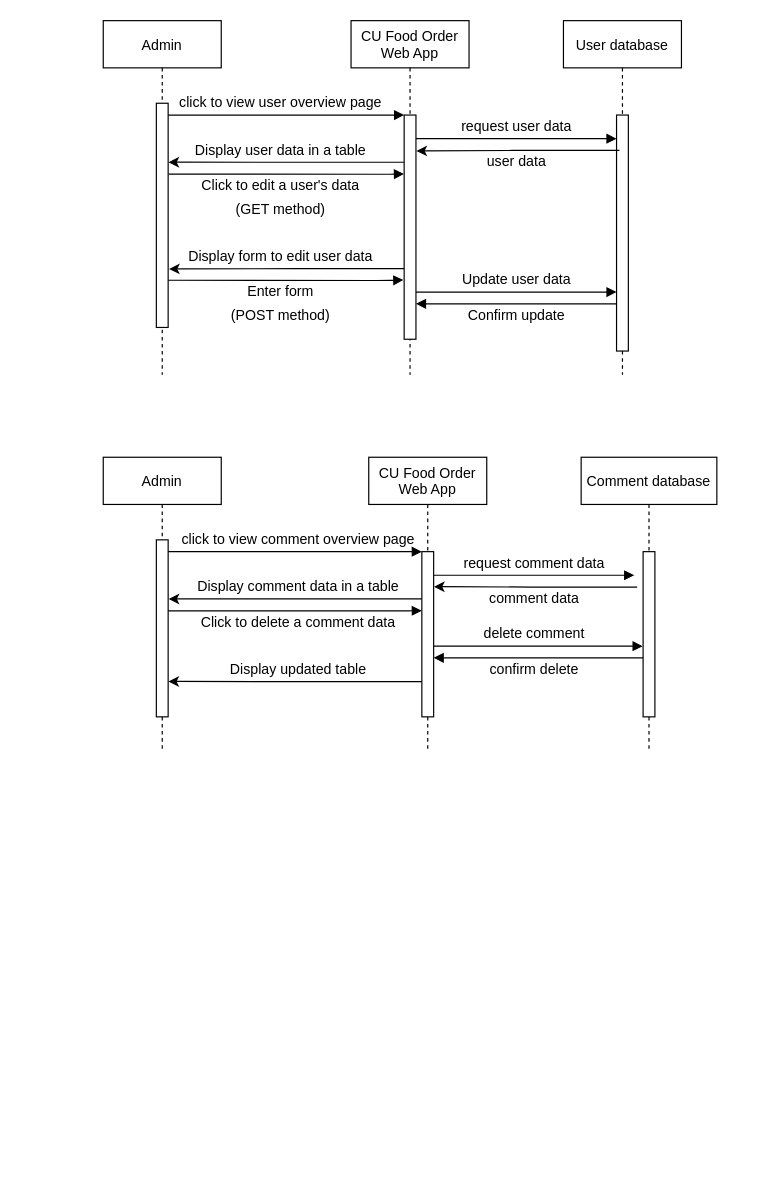
This is Admin_sequence.drawio from pond-nj/UML-csci3100, a draw.io file, before an edit. Source tidied: cells renumbered, new cells numbered last; positions are measured from the earlier drawing's top-left corner, leaving out a move shared by most shapes. Both pictures are drawn from the tidied source at 118%, with x=0, y=0 at pixel (103, 20).
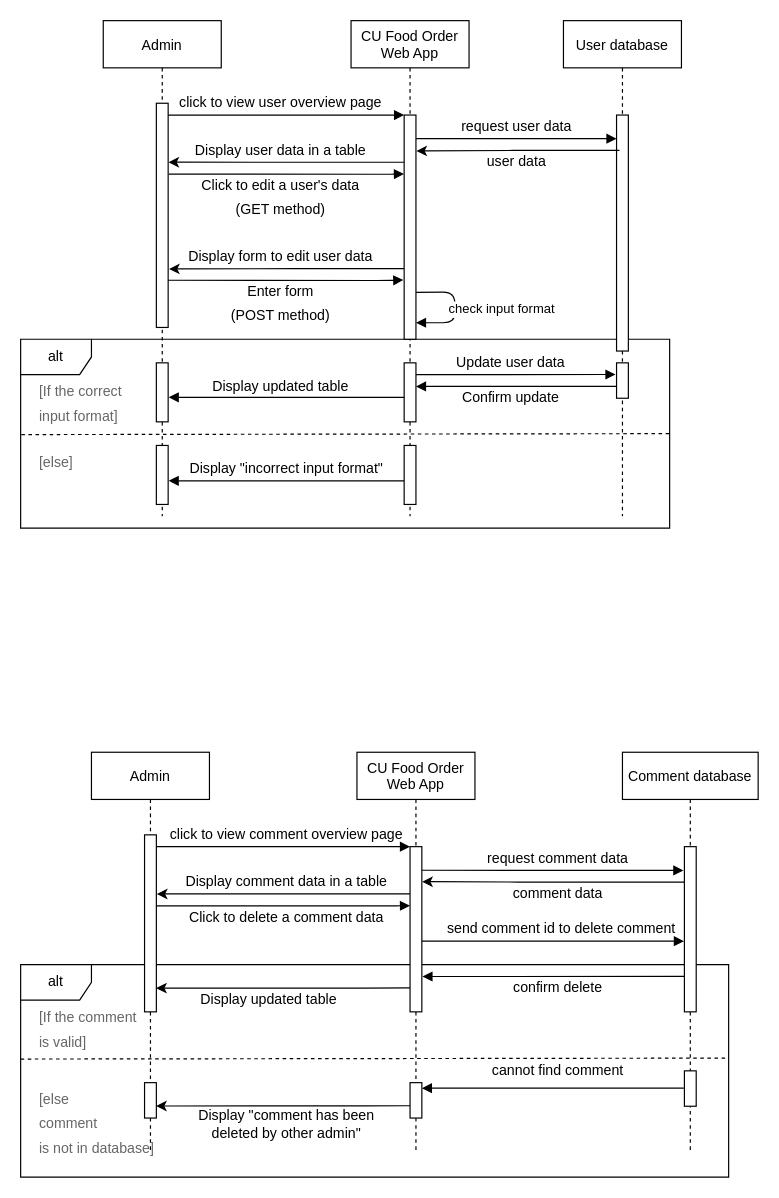
Above is the later version.

The change refers to these unchanged cells:
```xml
<mxCell id="10" style="points=[];perimeter=orthogonalPerimeter;rounded=0;shadow=0;strokeWidth=1;" parent="9" vertex="1">
  <mxGeometry x="45" y="80" width="10" height="190" as="geometry" />
</mxCell>
<mxCell id="32" style="points=[];perimeter=orthogonalPerimeter;rounded=0;shadow=0;strokeWidth=1;" parent="31" vertex="1">
  <mxGeometry x="45" y="70" width="10" height="150" as="geometry" />
</mxCell>
<mxCell id="34" style="points=[];perimeter=orthogonalPerimeter;rounded=0;shadow=0;strokeWidth=1;" parent="33" vertex="1">
  <mxGeometry x="45" y="80" width="10" height="140" as="geometry" />
</mxCell>
<mxCell id="38" style="points=[];perimeter=orthogonalPerimeter;rounded=0;shadow=0;strokeWidth=1;" parent="37" vertex="1">
  <mxGeometry x="52.5" y="80" width="10" height="140" as="geometry" />
</mxCell>
```

What changed in the source:
```diff
@@
-    <mxCell id="2" style="verticalAlign=bottom;endArrow=none;shadow=0;strokeWidth=1;startArrow=block;startFill=1;endFill=0;" parent="1" edge="1">
-      <mxGeometry relative="1" as="geometry">
-        <mxPoint x="280" y="540" as="sourcePoint" />
-        <mxPoint x="460" y="540" as="targetPoint" />
-      </mxGeometry>
-    </mxCell>
+    <mxCell id="50" value="alt" style="shape=umlFrame;whiteSpace=wrap;html=1;" parent="1" vertex="1">
+      <mxGeometry x="-70" y="270" width="550" height="160" as="geometry" />
+    </mxCell>
+    <mxCell id="41" style="endArrow=classic;html=1;rounded=0;entryX=1.029;entryY=0.212;entryDx=0;entryDy=0;entryPerimeter=0;" parent="1" edge="1" source="37" target="34">
+      <mxGeometry relative="1" as="geometry">
+        <Array as="points">
+          <mxPoint x="402.5" y="730" />
+          <mxPoint x="352.5" y="730" />
+        </Array>
+      </mxGeometry>
+    </mxCell>
+    <mxCell id="51" value="alt" style="shape=umlFrame;whiteSpace=wrap;html=1;" parent="1" vertex="1">
+      <mxGeometry x="-70" y="800" width="600" height="180" as="geometry" />
+    </mxCell>
     <mxCell id="3" style="verticalAlign=bottom;endArrow=block;shadow=0;strokeWidth=1;" parent="1" edge="1" source="31">
       <mxGeometry relative="1" as="geometry">
-        <mxPoint x="270" y="500" as="targetPoint" />
+        <mxPoint x="260" y="750" as="targetPoint" />
         <Array as="points">
-          <mxPoint x="255" y="500.2" />
+          <mxPoint x="245" y="750.2" />
         </Array>
       </mxGeometry>
     </mxCell>
     <mxCell id="4" style="endArrow=classic;html=1;rounded=0;entryX=1.046;entryY=0.334;entryDx=0;entryDy=0;entryPerimeter=0;" parent="1" edge="1" source="33" target="32">
       <mxGeometry relative="1" as="geometry">
         <Array as="points">
-          <mxPoint x="217.5" y="490" />
-          <mxPoint x="167.5" y="490" />
+          <mxPoint x="207.5" y="740" />
+          <mxPoint x="157.5" y="740" />
         </Array>
       </mxGeometry>
     </mxCell>
     <mxCell id="5" value="Admin" style="shape=umlLifeline;perimeter=lifelinePerimeter;rounded=0;shadow=0;strokeWidth=1;" parent="1" vertex="1">
-      <mxGeometry width="100" height="300" as="geometry" />
+      <mxGeometry width="100" height="420" as="geometry" />
     </mxCell>
@@
+    <mxCell id="52" style="points=[];perimeter=orthogonalPerimeter;rounded=0;shadow=0;strokeWidth=1;" parent="5" vertex="1">
+      <mxGeometry x="45" y="290" width="10" height="50" as="geometry" />
+    </mxCell>
+    <mxCell id="53" style="perimeter=orthogonalPerimeter;rounded=0;shadow=0;strokeWidth=1;" parent="5" vertex="1">
+      <mxGeometry x="45" y="360" width="10" height="50" as="geometry" />
+    </mxCell>
     <mxCell id="9" value="CU Food Order&#10;Web App" style="shape=umlLifeline;perimeter=lifelinePerimeter;rounded=0;shadow=0;strokeWidth=1;" parent="1" vertex="1">
-      <mxGeometry x="210" width="100" height="300" as="geometry" />
+      <mxGeometry x="210" width="100" height="420" as="geometry" />
     </mxCell>
@@
+    <mxCell id="54" style="points=[];perimeter=orthogonalPerimeter;rounded=0;shadow=0;strokeWidth=1;" parent="9" vertex="1">
+      <mxGeometry x="45" y="290" width="10" height="50" as="geometry" />
+    </mxCell>
+    <mxCell id="55" value="check input format" style="verticalAlign=bottom;endArrow=block;shadow=0;strokeWidth=1;exitX=1.005;exitY=0.582;exitDx=0;exitDy=0;exitPerimeter=0;" parent="9" edge="1">
+      <mxGeometry x="0.22" y="40" relative="1" as="geometry">
+        <mxPoint x="55.1" y="230.2" as="sourcePoint" />
+        <mxPoint x="55" y="256" as="targetPoint" />
+        <Array as="points">
+          <mxPoint x="88" y="230" />
+          <mxPoint x="88" y="256" />
+        </Array>
+      </mxGeometry>
+    </mxCell>
+    <mxCell id="56" style="verticalAlign=bottom;endArrow=none;shadow=0;strokeWidth=1;startArrow=block;startFill=1;endFill=0;exitX=1.042;exitY=0.585;exitDx=0;exitDy=0;exitPerimeter=0;" parent="9" edge="1">
+      <mxGeometry relative="1" as="geometry">
+        <mxPoint x="-154.6" y="390" as="sourcePoint" />
+        <mxPoint x="45" y="390" as="targetPoint" />
+      </mxGeometry>
+    </mxCell>
+    <mxCell id="57" style="perimeter=orthogonalPerimeter;rounded=0;shadow=0;strokeWidth=1;" parent="9" vertex="1">
+      <mxGeometry x="45" y="360" width="10" height="50" as="geometry" />
+    </mxCell>
@@
     <mxCell id="13" value="User database" style="shape=umlLifeline;perimeter=lifelinePerimeter;rounded=0;shadow=0;strokeWidth=1;" parent="1" vertex="1">
-      <mxGeometry x="390" width="100" height="300" as="geometry" />
+      <mxGeometry x="390" width="100" height="420" as="geometry" />
     </mxCell>
@@
-    <mxCell id="15" style="verticalAlign=bottom;endArrow=block;shadow=0;strokeWidth=1;" parent="13" edge="1" source="10">
-      <mxGeometry relative="1" as="geometry">
-        <mxPoint x="45" y="230" as="targetPoint" />
-      </mxGeometry>
-    </mxCell>
-    <mxCell id="16" style="verticalAlign=bottom;endArrow=none;entryX=0;entryY=0;shadow=0;strokeWidth=1;startArrow=block;startFill=1;endFill=0;" parent="13" edge="1">
-      <mxGeometry relative="1" as="geometry">
-        <mxPoint x="-125" y="240" as="sourcePoint" />
-        <mxPoint x="45" y="240" as="targetPoint" />
-      </mxGeometry>
-    </mxCell>
+    <mxCell id="58" style="points=[];perimeter=orthogonalPerimeter;rounded=0;shadow=0;strokeWidth=1;" parent="13" vertex="1">
+      <mxGeometry x="45" y="290" width="10" height="30" as="geometry" />
+    </mxCell>
@@
     <mxCell id="25" value="Update user data" style="text;html=1;align=center;verticalAlign=middle;strokeColor=none;fillColor=none;" parent="1" vertex="1">
-      <mxGeometry x="295" y="210" width="110" height="20" as="geometry" />
+      <mxGeometry x="290" y="280" width="110" height="20" as="geometry" />
     </mxCell>
     <mxCell id="26" value="Confirm update" style="text;html=1;align=center;verticalAlign=middle;strokeColor=none;fillColor=none;" parent="1" vertex="1">
-      <mxGeometry x="300" y="240" width="100" height="20" as="geometry" />
+      <mxGeometry x="295" y="310" width="100" height="20" as="geometry" />
     </mxCell>
@@
     <mxCell id="31" value="Admin" style="shape=umlLifeline;perimeter=lifelinePerimeter;rounded=0;shadow=0;strokeWidth=1;" parent="1" vertex="1">
-      <mxGeometry y="370" width="100" height="250" as="geometry" />
+      <mxGeometry x="-10" y="620" width="100" height="340" as="geometry" />
     </mxCell>
@@
+    <mxCell id="59" style="endArrow=none;dashed=1;html=1;rounded=0;fontSize=12;exitX=-0.001;exitY=0.664;exitDx=0;exitDy=0;exitPerimeter=0;entryX=0.998;entryY=0.44;entryDx=0;entryDy=0;entryPerimeter=0;" parent="31" edge="1" target="51">
+      <mxGeometry relative="1" as="geometry">
+        <mxPoint x="-60" y="260" as="sourcePoint" />
+      </mxGeometry>
+    </mxCell>
+    <mxCell id="60" style="perimeter=orthogonalPerimeter;rounded=0;shadow=0;strokeWidth=1;" parent="31" vertex="1">
+      <mxGeometry x="45" y="280" width="10" height="30" as="geometry" />
+    </mxCell>
     <mxCell id="33" value="CU Food Order&#10;Web App" style="shape=umlLifeline;perimeter=lifelinePerimeter;rounded=0;shadow=0;strokeWidth=1;" parent="1" vertex="1">
-      <mxGeometry x="225" y="370" width="100" height="250" as="geometry" />
+      <mxGeometry x="215" y="620" width="100" height="340" as="geometry" />
     </mxCell>
@@
-    <mxCell id="35" style="verticalAlign=bottom;endArrow=block;entryX=0;entryY=0;shadow=0;strokeWidth=1;" parent="33" edge="1">
+    <mxCell id="35" style="verticalAlign=bottom;endArrow=block;shadow=0;strokeWidth=1;entryX=-0.083;entryY=0.144;entryDx=0;entryDy=0;entryPerimeter=0;" parent="33" edge="1" target="38">
       <mxGeometry relative="1" as="geometry">
         <mxPoint x="55" y="100" as="sourcePoint" />
-        <mxPoint x="225" y="100" as="targetPoint" />
       </mxGeometry>
     </mxCell>
+    <mxCell id="61" style="perimeter=orthogonalPerimeter;rounded=0;shadow=0;strokeWidth=1;" parent="33" vertex="1">
+      <mxGeometry x="45" y="280" width="10" height="30" as="geometry" />
+    </mxCell>
@@
     <mxCell id="37" value="Comment database" style="shape=umlLifeline;perimeter=lifelinePerimeter;rounded=0;shadow=0;strokeWidth=1;" parent="1" vertex="1">
-      <mxGeometry x="405" y="370" width="115" height="250" as="geometry" />
+      <mxGeometry x="440" y="620" width="115" height="340" as="geometry" />
     </mxCell>
@@
+    <mxCell id="47" value="send comment id to delete comment" style="text;html=1;align=center;verticalAlign=middle;strokeColor=none;fillColor=none;" parent="37" vertex="1">
+      <mxGeometry x="-157.5" y="140" width="210" height="20" as="geometry" />
+    </mxCell>
+    <mxCell id="2" style="verticalAlign=bottom;endArrow=none;shadow=0;strokeWidth=1;startArrow=block;startFill=1;endFill=0;exitX=1.046;exitY=0.786;exitDx=0;exitDy=0;exitPerimeter=0;" parent="37" edge="1" source="34">
+      <mxGeometry relative="1" as="geometry">
+        <mxPoint x="52.5" y="190" as="targetPoint" />
+      </mxGeometry>
+    </mxCell>
+    <mxCell id="62" style="perimeter=orthogonalPerimeter;rounded=0;shadow=0;strokeWidth=1;" parent="37" vertex="1">
+      <mxGeometry x="52.5" y="270" width="10" height="30" as="geometry" />
+    </mxCell>
     <mxCell id="39" value="click to view comment overview page" style="text;html=1;align=center;verticalAlign=middle;strokeColor=none;fillColor=none;" parent="1" vertex="1">
-      <mxGeometry x="60" y="430" width="210" height="20" as="geometry" />
+      <mxGeometry x="50" y="680" width="210" height="20" as="geometry" />
     </mxCell>
     <mxCell id="40" value="request comment data" style="text;html=1;align=center;verticalAlign=middle;strokeColor=none;fillColor=none;" parent="1" vertex="1">
-      <mxGeometry x="295" y="450" width="140" height="20" as="geometry" />
+      <mxGeometry x="315" y="700" width="140" height="20" as="geometry" />
     </mxCell>
-    <mxCell id="41" style="endArrow=classic;html=1;rounded=0;entryX=1.029;entryY=0.212;entryDx=0;entryDy=0;entryPerimeter=0;" parent="1" edge="1" target="34">
-      <mxGeometry relative="1" as="geometry">
-        <mxPoint x="452.5" y="480" as="sourcePoint" />
-        <Array as="points">
-          <mxPoint x="412.5" y="480" />
-          <mxPoint x="362.5" y="480" />
-        </Array>
-      </mxGeometry>
-    </mxCell>
     <mxCell id="42" value="comment data" style="text;html=1;align=center;verticalAlign=middle;strokeColor=none;fillColor=none;" parent="1" vertex="1">
-      <mxGeometry x="320" y="480" width="90" height="20" as="geometry" />
+      <mxGeometry x="340" y="730" width="90" height="20" as="geometry" />
     </mxCell>
     <mxCell id="43" value="Display comment data in a table" style="text;html=1;align=center;verticalAlign=middle;strokeColor=none;fillColor=none;" parent="1" vertex="1">
-      <mxGeometry x="70" y="470" width="190" height="20" as="geometry" />
+      <mxGeometry x="60" y="720" width="190" height="20" as="geometry" />
     </mxCell>
     <mxCell id="44" value="Click to delete a comment data" style="text;html=1;align=center;verticalAlign=middle;strokeColor=none;fillColor=none;" parent="1" vertex="1">
-      <mxGeometry x="75" y="500" width="180" height="20" as="geometry" />
+      <mxGeometry x="65" y="750" width="180" height="20" as="geometry" />
     </mxCell>
     <mxCell id="45" value="Display updated table" style="text;html=1;align=center;verticalAlign=middle;strokeColor=none;fillColor=none;" parent="1" vertex="1">
-      <mxGeometry x="100" y="540" width="130" height="20" as="geometry" />
+      <mxGeometry x="75" y="820" width="130" height="20" as="geometry" />
     </mxCell>
     <mxCell id="46" style="verticalAlign=bottom;endArrow=block;shadow=0;strokeWidth=1;entryX=-0.038;entryY=0.572;entryDx=0;entryDy=0;entryPerimeter=0;" parent="1" edge="1" target="38">
       <mxGeometry relative="1" as="geometry">
-        <mxPoint x="280" y="530" as="sourcePoint" />
+        <mxPoint x="270" y="780" as="sourcePoint" />
       </mxGeometry>
     </mxCell>
-    <mxCell id="47" value="delete comment" style="text;html=1;align=center;verticalAlign=middle;strokeColor=none;fillColor=none;" parent="1" vertex="1">
-      <mxGeometry x="315" y="510" width="100" height="20" as="geometry" />
-    </mxCell>
     <mxCell id="48" value="confirm delete" style="text;html=1;align=center;verticalAlign=middle;strokeColor=none;fillColor=none;" parent="1" vertex="1">
-      <mxGeometry x="320" y="540" width="90" height="20" as="geometry" />
+      <mxGeometry x="340" y="810" width="90" height="20" as="geometry" />
     </mxCell>
-    <mxCell id="49" style="endArrow=classic;html=1;rounded=0;entryX=1.02;entryY=0.8;entryDx=0;entryDy=0;entryPerimeter=0;" parent="1" edge="1" source="34" target="32">
+    <mxCell id="49" style="endArrow=classic;html=1;rounded=0;entryX=0.983;entryY=0.866;entryDx=0;entryDy=0;entryPerimeter=0;" parent="1" edge="1" target="32">
       <mxGeometry relative="1" as="geometry">
+        <mxPoint x="260" y="819.7" as="sourcePoint" />
         <Array as="points">
-          <mxPoint x="220" y="560.2" />
-          <mxPoint x="170" y="560.2" />
+          <mxPoint x="220" y="819.9" />
+          <mxPoint x="170" y="819.9" />
         </Array>
       </mxGeometry>
     </mxCell>
+    <mxCell id="63" value="&lt;font style=&quot;font-size: 12px&quot;&gt;[If the comment &lt;br&gt;is valid]&lt;/font&gt;" style="strokeWidth=1;shadow=0;dashed=0;align=center;html=1;shape=mxgraph.mockup.text.textBox;fontColor=#666666;align=left;fontSize=17;spacingLeft=4;spacingTop=-3;strokeColor=#FFFFFF;mainText=;" parent="1" vertex="1">
+      <mxGeometry x="-60" y="840" width="76" height="30" as="geometry" />
+    </mxCell>
+    <mxCell id="64" value="&lt;font style=&quot;font-size: 12px&quot;&gt;[else&lt;br&gt;comment &lt;br&gt;is not in database]&lt;/font&gt;" style="strokeWidth=1;shadow=0;dashed=0;align=center;html=1;shape=mxgraph.mockup.text.textBox;fontColor=#666666;align=left;fontSize=17;spacingLeft=4;spacingTop=-3;strokeColor=#FFFFFF;mainText=;" parent="1" vertex="1">
+      <mxGeometry x="-60" y="920" width="66" height="30" as="geometry" />
+    </mxCell>
+    <mxCell id="65" style="verticalAlign=bottom;endArrow=none;shadow=0;strokeWidth=1;startArrow=block;startFill=1;endFill=0;exitX=1.046;exitY=0.786;exitDx=0;exitDy=0;exitPerimeter=0;" parent="1" edge="1">
+      <mxGeometry relative="1" as="geometry">
+        <mxPoint x="270" y="904.7" as="sourcePoint" />
+        <mxPoint x="492" y="904.6" as="targetPoint" />
+      </mxGeometry>
+    </mxCell>
+    <mxCell id="66" value="cannot find comment" style="text;html=1;align=center;verticalAlign=middle;strokeColor=none;fillColor=none;" parent="1" vertex="1">
+      <mxGeometry x="320" y="880" width="130" height="20" as="geometry" />
+    </mxCell>
+    <mxCell id="67" style="endArrow=classic;html=1;rounded=0;entryX=0.983;entryY=0.866;entryDx=0;entryDy=0;entryPerimeter=0;" parent="1" edge="1">
+      <mxGeometry relative="1" as="geometry">
+        <mxPoint x="260" y="919.6" as="sourcePoint" />
+        <mxPoint x="44.8" y="919.8" as="targetPoint" />
+        <Array as="points">
+          <mxPoint x="220" y="919.7" />
+          <mxPoint x="170" y="919.7" />
+        </Array>
+      </mxGeometry>
+    </mxCell>
+    <mxCell id="68" value="Display &quot;comment has been &lt;br&gt;deleted by other admin&quot;" style="text;html=1;align=center;verticalAlign=middle;strokeColor=none;fillColor=none;" parent="1" vertex="1">
+      <mxGeometry x="75" y="920" width="160" height="30" as="geometry" />
+    </mxCell>
+    <mxCell id="16" style="verticalAlign=bottom;endArrow=none;entryX=0;entryY=0;shadow=0;strokeWidth=1;startArrow=block;startFill=1;endFill=0;" parent="1" edge="1">
+      <mxGeometry relative="1" as="geometry">
+        <mxPoint x="265" y="310" as="sourcePoint" />
+        <mxPoint x="435" y="310" as="targetPoint" />
+      </mxGeometry>
+    </mxCell>
+    <mxCell id="69" value="&lt;font style=&quot;font-size: 12px&quot;&gt;[If the correct&lt;br&gt;input format]&lt;/font&gt;" style="strokeWidth=1;shadow=0;dashed=0;align=center;html=1;shape=mxgraph.mockup.text.textBox;fontColor=#666666;align=left;fontSize=17;spacingLeft=4;spacingTop=-3;strokeColor=#FFFFFF;mainText=;" parent="1" vertex="1">
+      <mxGeometry x="-60" y="310" width="76" height="30" as="geometry" />
+    </mxCell>
+    <mxCell id="15" style="verticalAlign=bottom;endArrow=block;shadow=0;strokeWidth=1;entryX=-0.087;entryY=0.329;entryDx=0;entryDy=0;entryPerimeter=0;" parent="1" edge="1" target="58">
+      <mxGeometry relative="1" as="geometry">
+        <mxPoint x="265" y="300" as="sourcePoint" />
+      </mxGeometry>
+    </mxCell>
+    <mxCell id="70" style="verticalAlign=bottom;endArrow=none;shadow=0;strokeWidth=1;startArrow=block;startFill=1;endFill=0;exitX=1.042;exitY=0.585;exitDx=0;exitDy=0;exitPerimeter=0;" parent="1" edge="1" source="52" target="54">
+      <mxGeometry relative="1" as="geometry" />
+    </mxCell>
+    <mxCell id="71" value="Display updated table" style="text;html=1;align=center;verticalAlign=middle;strokeColor=none;fillColor=none;" parent="1" vertex="1">
+      <mxGeometry x="85" y="300" width="130" height="20" as="geometry" />
+    </mxCell>
+    <mxCell id="72" style="endArrow=none;dashed=1;html=1;rounded=0;fontSize=12;exitX=-0.001;exitY=0.664;exitDx=0;exitDy=0;exitPerimeter=0;" parent="1" edge="1">
+      <mxGeometry relative="1" as="geometry">
+        <mxPoint x="-69.4" y="350.8" as="sourcePoint" />
+        <mxPoint x="480" y="350" as="targetPoint" />
+      </mxGeometry>
+    </mxCell>
+    <mxCell id="73" value="&lt;span style=&quot;font-size: 12px&quot;&gt;[else]&lt;/span&gt;" style="strokeWidth=1;shadow=0;dashed=0;align=center;html=1;shape=mxgraph.mockup.text.textBox;fontColor=#666666;align=left;fontSize=17;spacingLeft=4;spacingTop=-3;strokeColor=#FFFFFF;mainText=;" parent="1" vertex="1">
+      <mxGeometry x="-60" y="360" width="76" height="30" as="geometry" />
+    </mxCell>
+    <mxCell id="74" value="Display &quot;incorrect input format&quot;" style="text;html=1;align=center;verticalAlign=middle;strokeColor=none;fillColor=none;" parent="1" vertex="1">
+      <mxGeometry x="65" y="370" width="180" height="20" as="geometry" />
+    </mxCell>
```
